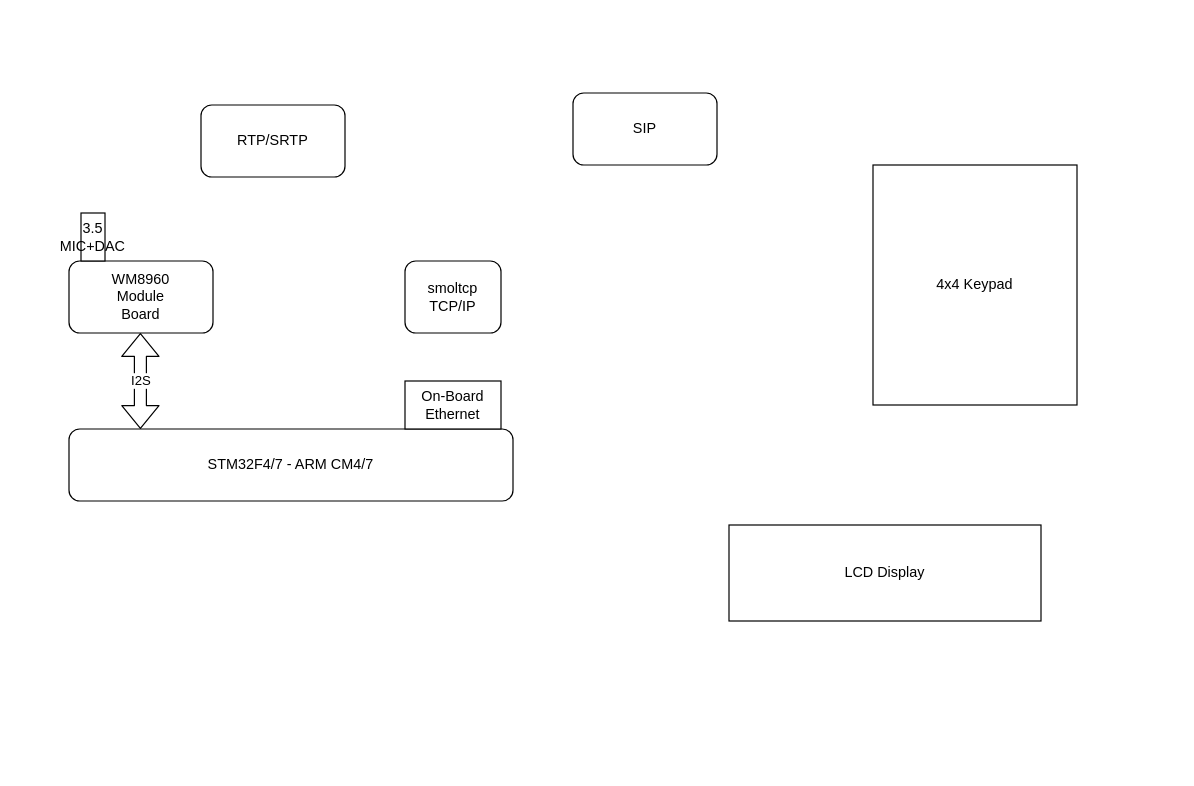
This is home-phone-prototype.drawio from BitBangedFF/misc-diagrams, a draw.io file, before an edit. Source tidied: cells renumbered, new cells numbered last; positions are measured from the earlier drawing's top-left corner, leaving out a move shared by most shapes. Both pictures are drawn from the tidied source at 120%, with x=0, y=0 at pixel (68, 92).
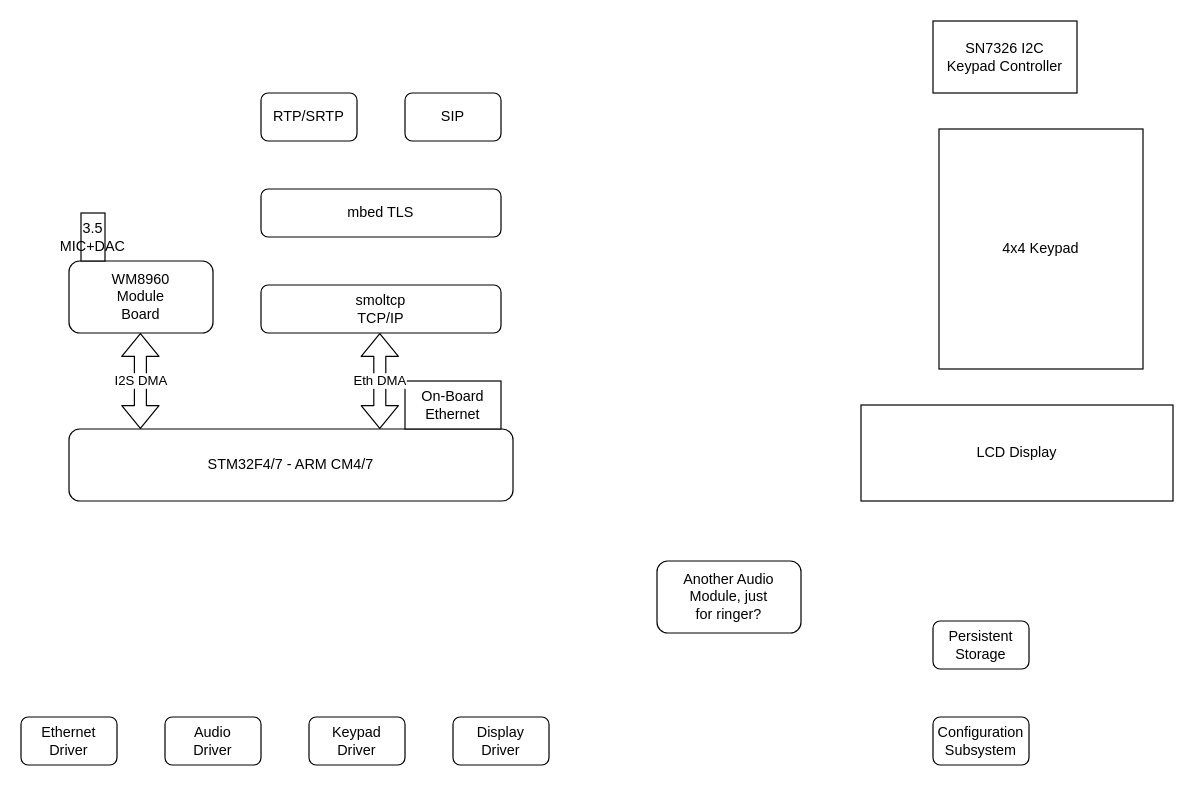
After the change.

Change to the diagram source:
```diff
@@
-    <mxCell id="4" value="I2S" style="shape=flexArrow;endArrow=classic;startArrow=classic;html=1;" parent="1" edge="1">
+    <mxCell id="4" value="I2S DMA" style="shape=flexArrow;endArrow=classic;startArrow=classic;html=1;" parent="1" edge="1">
       <mxGeometry relative="1" as="geometry">
         <mxPoint x="59.5" y="280" as="sourcePoint" />
         <mxPoint x="59.5" y="200" as="targetPoint" />
       </mxGeometry>
     </mxCell>
@@
     <mxCell id="7" value="smoltcp&lt;br&gt;TCP/IP" style="rounded=1;whiteSpace=wrap;html=1;" parent="1" vertex="1">
-      <mxGeometry x="280" y="140" width="80" height="60" as="geometry" />
+      <mxGeometry x="160" y="160" width="200" height="40" as="geometry" />
     </mxCell>
     <mxCell id="8" value="RTP/SRTP" style="rounded=1;whiteSpace=wrap;html=1;" parent="1" vertex="1">
-      <mxGeometry x="110" y="10" width="120" height="60" as="geometry" />
+      <mxGeometry x="160" width="80" height="40" as="geometry" />
     </mxCell>
     <mxCell id="9" value="SIP" style="rounded=1;whiteSpace=wrap;html=1;" parent="1" vertex="1">
-      <mxGeometry x="420" width="120" height="60" as="geometry" />
+      <mxGeometry x="280" width="80" height="40" as="geometry" />
     </mxCell>
     <mxCell id="10" value="4x4 Keypad" style="rounded=0;whiteSpace=wrap;html=1;" parent="1" vertex="1">
-      <mxGeometry x="670" y="60" width="170" height="200" as="geometry" />
+      <mxGeometry x="725" y="30" width="170" height="200" as="geometry" />
     </mxCell>
     <mxCell id="11" value="LCD Display" style="rounded=0;whiteSpace=wrap;html=1;" parent="1" vertex="1">
-      <mxGeometry x="550" y="360" width="260" height="80" as="geometry" />
+      <mxGeometry x="660" y="260" width="260" height="80" as="geometry" />
     </mxCell>
+    <mxCell id="12" value="SN7326 I2C&lt;br&gt;Keypad Controller" style="rounded=0;whiteSpace=wrap;html=1;" parent="1" vertex="1">
+      <mxGeometry x="720" y="-60" width="120" height="60" as="geometry" />
+    </mxCell>
+    <mxCell id="13" value="mbed TLS" style="rounded=1;whiteSpace=wrap;html=1;" parent="1" vertex="1">
+      <mxGeometry x="160" y="80" width="200" height="40" as="geometry" />
+    </mxCell>
+    <mxCell id="14" value="Eth DMA" style="shape=flexArrow;endArrow=classic;startArrow=classic;html=1;" parent="1" edge="1">
+      <mxGeometry relative="1" as="geometry">
+        <mxPoint x="259" y="280" as="sourcePoint" />
+        <mxPoint x="259" y="200" as="targetPoint" />
+      </mxGeometry>
+    </mxCell>
+    <mxCell id="15" value="Audio&lt;br&gt;Driver" style="rounded=1;whiteSpace=wrap;html=1;" parent="1" vertex="1">
+      <mxGeometry x="80" y="520" width="80" height="40" as="geometry" />
+    </mxCell>
+    <mxCell id="16" value="Ethernet&lt;br&gt;Driver" style="rounded=1;whiteSpace=wrap;html=1;" parent="1" vertex="1">
+      <mxGeometry x="-40" y="520" width="80" height="40" as="geometry" />
+    </mxCell>
+    <mxCell id="17" value="Keypad&lt;br&gt;Driver" style="rounded=1;whiteSpace=wrap;html=1;" parent="1" vertex="1">
+      <mxGeometry x="200" y="520" width="80" height="40" as="geometry" />
+    </mxCell>
+    <mxCell id="18" value="Display&lt;br&gt;Driver" style="rounded=1;whiteSpace=wrap;html=1;" parent="1" vertex="1">
+      <mxGeometry x="320" y="520" width="80" height="40" as="geometry" />
+    </mxCell>
+    <mxCell id="19" value="Configuration&lt;br&gt;Subsystem" style="rounded=1;whiteSpace=wrap;html=1;" parent="1" vertex="1">
+      <mxGeometry x="720" y="520" width="80" height="40" as="geometry" />
+    </mxCell>
+    <mxCell id="20" value="Persistent&lt;br&gt;Storage" style="rounded=1;whiteSpace=wrap;html=1;" parent="1" vertex="1">
+      <mxGeometry x="720" y="440" width="80" height="40" as="geometry" />
+    </mxCell>
+    <mxCell id="21" value="Another Audio&lt;br&gt;Module, just&lt;br&gt;for ringer?" style="rounded=1;whiteSpace=wrap;html=1;" parent="1" vertex="1">
+      <mxGeometry x="490" y="390" width="120" height="60" as="geometry" />
+    </mxCell>
```
